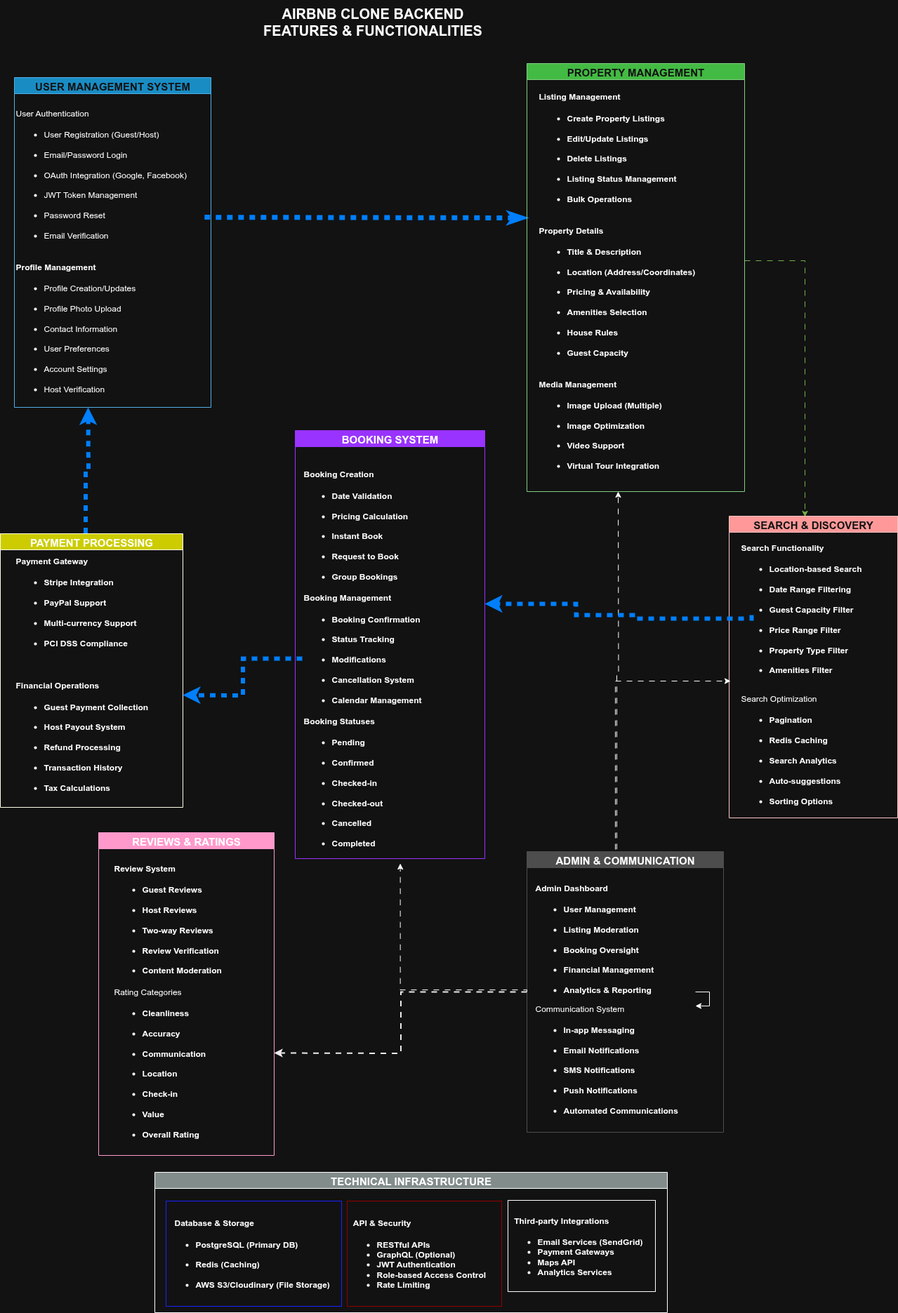
Earlier version of the draw.io export features-and-functionalities/features_ER diagram.png (zumerhub/alx-airbnb-project-documentation). Source tidied: cells renumbered, new cells last; positions are measured from the earlier drawing's top-left corner, leaving out a move shared by most shapes.
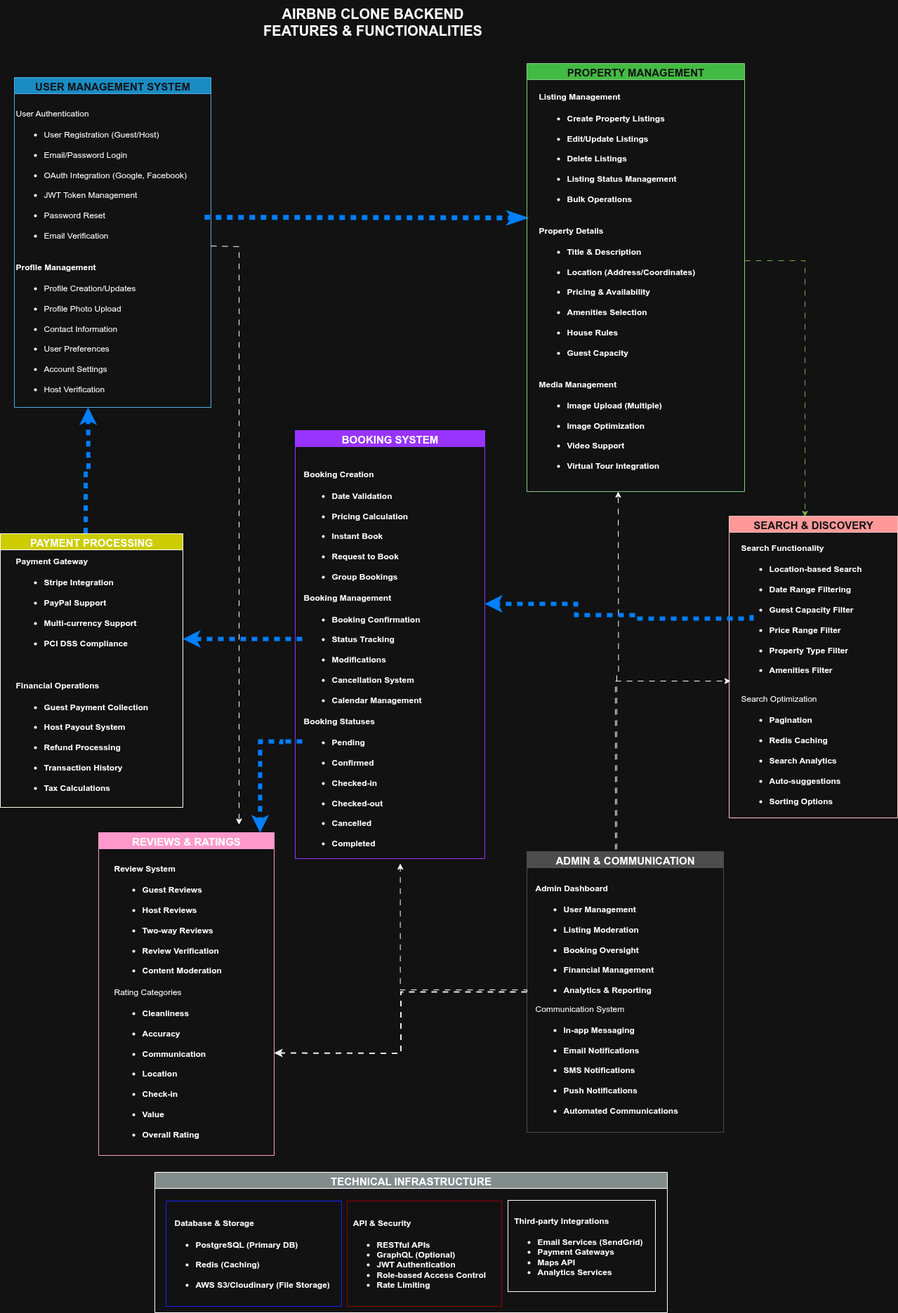
The same diagram one commit later.

Diff of the diagram source:
```diff
@@ -71,9 +71,6 @@
     <mxCell id="20" value="&lt;h4 class=&quot;text-base font-bold text-text-100 mt-1&quot;&gt;&lt;font&gt;Admin Dashboard&lt;/font&gt;&lt;/h4&gt;&lt;h4 class=&quot;text-base font-bold text-text-100 mt-1&quot;&gt;&lt;ul class=&quot;[&amp;amp;:not(:last-child)_ul]:pb-1 [&amp;amp;:not(:last-child)_ol]:pb-1 list-disc space-y-1.5 pl-7&quot;&gt;&lt;li class=&quot;whitespace-normal break-words&quot;&gt;&lt;font&gt;User Management&lt;/font&gt;&lt;/li&gt;&lt;font&gt;&lt;br&gt;&lt;/font&gt;&lt;li class=&quot;whitespace-normal break-words&quot;&gt;&lt;font&gt;Listing Moderation&lt;/font&gt;&lt;/li&gt;&lt;font&gt;&lt;br&gt;&lt;/font&gt;&lt;li class=&quot;whitespace-normal break-words&quot;&gt;&lt;font&gt;Booking Oversight&lt;/font&gt;&lt;/li&gt;&lt;font&gt;&lt;br&gt;&lt;/font&gt;&lt;li class=&quot;whitespace-normal break-words&quot;&gt;&lt;font&gt;Financial Management&lt;/font&gt;&lt;/li&gt;&lt;font&gt;&lt;br&gt;&lt;/font&gt;&lt;li class=&quot;whitespace-normal break-words&quot;&gt;&lt;font&gt;Analytics &amp;amp; Reporting&lt;/font&gt;&lt;/li&gt;&lt;/ul&gt;&lt;div&gt;&lt;span style=&quot;background-color: transparent; color: light-dark(rgb(0, 0, 0), rgb(255, 255, 255)); font-weight: normal;&quot;&gt;Communication System&lt;/span&gt;&lt;/div&gt;&lt;/h4&gt;&lt;h4 class=&quot;text-base font-bold text-text-100 mt-1&quot;&gt;&lt;ul class=&quot;[&amp;amp;:not(:last-child)_ul]:pb-1 [&amp;amp;:not(:last-child)_ol]:pb-1 list-disc space-y-1.5 pl-7&quot;&gt;&lt;li class=&quot;whitespace-normal break-words&quot;&gt;&lt;font&gt;In-app Messaging&lt;/font&gt;&lt;/li&gt;&lt;font&gt;&lt;br&gt;&lt;/font&gt;&lt;li class=&quot;whitespace-normal break-words&quot;&gt;&lt;font&gt;Email Notifications&lt;/font&gt;&lt;/li&gt;&lt;font&gt;&lt;br&gt;&lt;/font&gt;&lt;li class=&quot;whitespace-normal break-words&quot;&gt;&lt;font&gt;SMS Notifications&lt;/font&gt;&lt;/li&gt;&lt;font&gt;&lt;br&gt;&lt;/font&gt;&lt;li class=&quot;whitespace-normal break-words&quot;&gt;&lt;font&gt;Push Notifications&lt;/font&gt;&lt;/li&gt;&lt;font&gt;&lt;br&gt;&lt;/font&gt;&lt;li class=&quot;whitespace-normal break-words&quot;&gt;&lt;font&gt;Automated Communications&lt;/font&gt;&lt;/li&gt;&lt;/ul&gt;&lt;/h4&gt;" style="text;html=1;align=left;verticalAlign=middle;points=[];strokeColor=none;fillColor=none;" parent="19" vertex="1">
       <mxGeometry x="10" y="20" width="230" height="380" as="geometry" />
     </mxCell>
-    <mxCell id="21" style="edgeStyle=orthogonalEdgeStyle;rounded=0;orthogonalLoop=1;jettySize=auto;html=1;" parent="19" edge="1" source="20" target="20">
-      <mxGeometry relative="1" as="geometry" />
-    </mxCell>
     <mxCell id="22" value="&lt;font style=&quot;font-size: 15px;&quot;&gt;TECHNICAL INFRASTRUCTURE&lt;/font&gt;" style="swimlane;whiteSpace=wrap;html=1;fillColor=light-dark(#FFFFFF,#828C8B);" parent="1" vertex="1">
       <mxGeometry x="220" y="1670" width="730" height="200" as="geometry" />
     </mxCell>
@@ -93,7 +90,11 @@
     </mxCell>
     <mxCell id="27" style="edgeStyle=orthogonalEdgeStyle;rounded=0;jettySize=auto;html=1;strokeColor=light-dark(#000000,#007FFF);strokeWidth=6;flowAnimation=1;" parent="1" edge="1" source="12">
       <mxGeometry relative="1" as="geometry">
-        <mxPoint x="260" y="990" as="targetPoint" />
+        <mxPoint x="260" y="910" as="targetPoint" />
+        <Array as="points">
+          <mxPoint x="400" y="910" />
+          <mxPoint x="400" y="910" />
+        </Array>
       </mxGeometry>
     </mxCell>
     <mxCell id="28" style="edgeStyle=orthogonalEdgeStyle;rounded=0;jettySize=auto;html=1;flowAnimation=1;exitX=0;exitY=0.5;exitDx=0;exitDy=0;entryX=0.735;entryY=0.995;entryDx=0;entryDy=0;entryPerimeter=0;" parent="1" edge="1" source="19" target="12">
@@ -126,5 +127,28 @@
         </Array>
       </mxGeometry>
     </mxCell>
+    <mxCell id="31" style="edgeStyle=orthogonalEdgeStyle;rounded=0;orthogonalLoop=1;jettySize=auto;html=1;fillColor=#1ba1e2;strokeColor=light-dark(#006EAF,#007FFF);strokeWidth=6;flowAnimation=1;" parent="1" edge="1">
+      <mxGeometry relative="1" as="geometry">
+        <mxPoint x="430" y="1056" as="sourcePoint" />
+        <mxPoint x="370" y="1186" as="targetPoint" />
+        <Array as="points">
+          <mxPoint x="400" y="1056" />
+          <mxPoint x="400" y="1060" />
+          <mxPoint x="400" y="1060" />
+          <mxPoint x="400" y="1056" />
+          <mxPoint x="370" y="1056" />
+        </Array>
+      </mxGeometry>
+    </mxCell>
+    <mxCell id="32" style="edgeStyle=orthogonalEdgeStyle;rounded=0;orthogonalLoop=1;jettySize=auto;html=1;entryX=0.716;entryY=0.001;entryDx=0;entryDy=0;entryPerimeter=0;flowAnimation=1;" parent="1" edge="1">
+      <mxGeometry relative="1" as="geometry">
+        <mxPoint x="300" y="350" as="sourcePoint" />
+        <mxPoint x="339" y="1174.5" as="targetPoint" />
+        <Array as="points">
+          <mxPoint x="340" y="351" />
+          <mxPoint x="340" y="1175" />
+        </Array>
+      </mxGeometry>
+    </mxCell>
   </root>
 </mxGraphModel>
```
